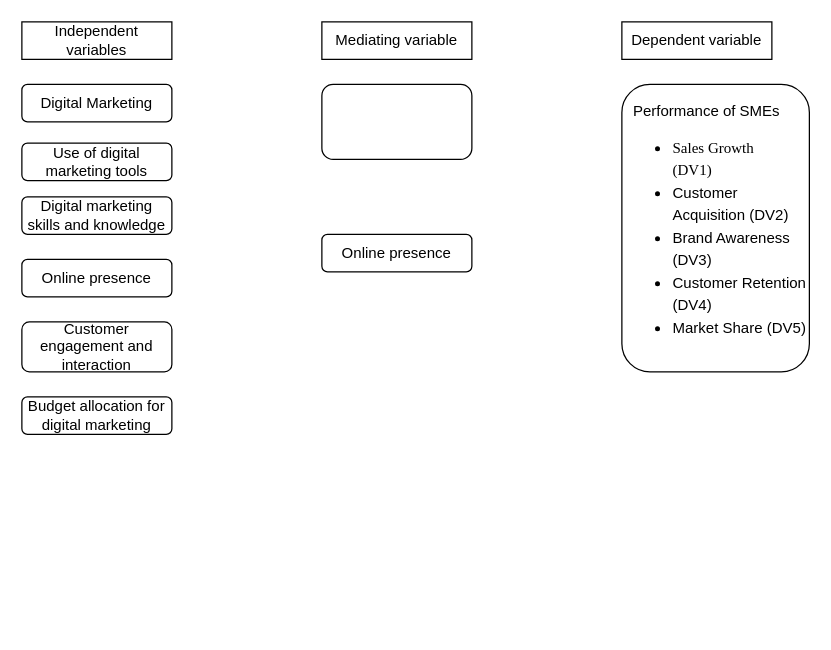
This is Untitled Diagram.drawio from Samrusike/TestGit, a draw.io file, before an edit. Source tidied: cells renumbered, new cells numbered last; positions are measured from the earlier drawing's top-left corner, leaving out a move shared by most shapes. Both pictures are drawn from the tidied source at 125%, with x=0, y=0 at pixel (21, 21).
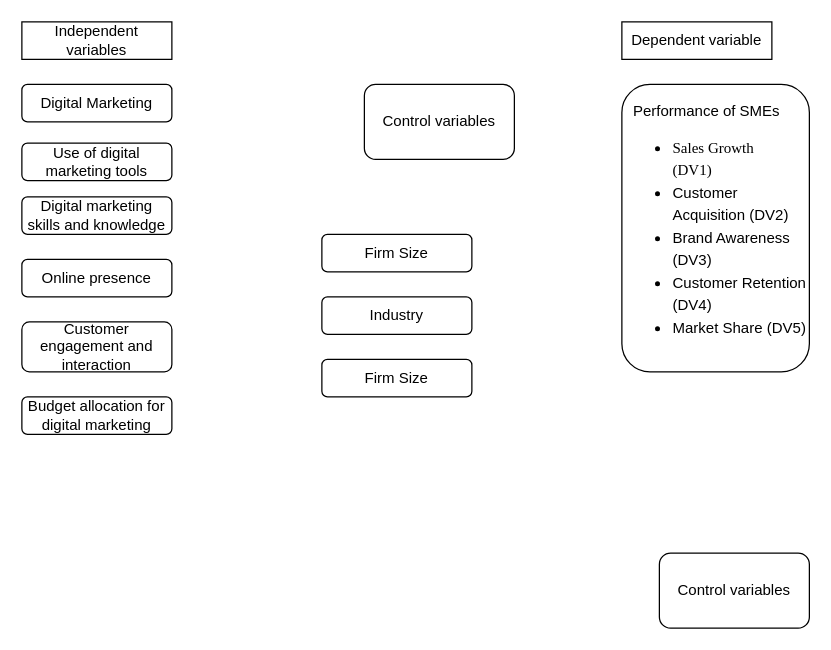
The same diagram, later.

Change to the diagram source:
```diff
@@
 <mxGraphModel>
   <root>
     <mxCell id="0" />
     <mxCell id="1" parent="0" />
     <mxCell id="2" value="Performance of SMEs&lt;span style=&quot;background-color: initial; font-family: &amp;quot;Times New Roman&amp;quot;; font-size: 7pt; text-indent: -0.25in;&quot;&gt;&amp;nbsp; &amp;nbsp; &amp;nbsp;&amp;nbsp;&lt;/span&gt;&lt;div style=&quot;&quot;&gt;&lt;p style=&quot;text-align: justify; text-indent: -0.25in; line-height: 150%;&quot; class=&quot;MsoListParagraph&quot;&gt;&lt;/p&gt;&lt;ul style=&quot;line-height: 130%;&quot;&gt;&lt;li style=&quot;text-align: left;&quot;&gt;&lt;font face=&quot;Times New Roman&quot;&gt;&lt;span style=&quot;line-height: 150%;&quot;&gt;Sales Growth (DV1)&lt;/span&gt;&lt;span style=&quot;text-indent: -0.25in; background-color: initial;&quot;&gt;&amp;nbsp;&amp;nbsp;&lt;/span&gt;&lt;/font&gt;&amp;nbsp;&lt;/li&gt;&lt;li style=&quot;text-align: left;&quot;&gt;&lt;font face=&quot;X64HokHst5-9Uktcb3Vd&quot;&gt;&lt;span style=&quot;line-height: 150%;&quot;&gt;Customer Acquisition (DV2)&lt;/span&gt;&lt;span style=&quot;text-indent: -0.25in; background-color: initial;&quot;&gt;&amp;nbsp;&lt;/span&gt;&lt;/font&gt;&lt;/li&gt;&lt;li style=&quot;text-align: left;&quot;&gt;&lt;font face=&quot;X64HokHst5-9Uktcb3Vd&quot;&gt;&lt;span style=&quot;line-height: 150%;&quot;&gt;Brand Awareness (DV3)&lt;/span&gt;&lt;span style=&quot;text-indent: -0.25in; background-color: initial;&quot;&gt;&amp;nbsp; &amp;nbsp; &amp;nbsp;&lt;/span&gt;&lt;/font&gt;&lt;/li&gt;&lt;li style=&quot;text-align: left;&quot;&gt;&lt;span style=&quot;line-height: 150%;&quot;&gt;&lt;font face=&quot;X64HokHst5-9Uktcb3Vd&quot;&gt;Customer Retention (DV4)&lt;/font&gt;&lt;/span&gt;&lt;/li&gt;&lt;li style=&quot;text-align: left;&quot;&gt;&lt;span style=&quot;line-height: 150%;&quot;&gt;&lt;font face=&quot;X64HokHst5-9Uktcb3Vd&quot;&gt;Market Share (DV5)&lt;/font&gt;&lt;/span&gt;&lt;/li&gt;&lt;/ul&gt;&lt;p&gt;&lt;/p&gt;&lt;/div&gt;" style="rounded=1;whiteSpace=wrap;html=1;" parent="1" vertex="1">
       <mxGeometry x="480" y="50" width="150" height="230" as="geometry" />
     </mxCell>
     <mxCell id="3" value="Dependent variable" style="rounded=0;whiteSpace=wrap;html=1;" parent="1" vertex="1">
       <mxGeometry x="480" width="120" height="30" as="geometry" />
     </mxCell>
-    <mxCell id="4" style="rounded=1;whiteSpace=wrap;html=1;" parent="1" vertex="1">
-      <mxGeometry x="240" y="50" width="120" height="60" as="geometry" />
+    <mxCell id="4" value="Control variables" style="rounded=1;whiteSpace=wrap;html=1;" parent="1" vertex="1">
+      <mxGeometry x="274" y="50" width="120" height="60" as="geometry" />
     </mxCell>
-    <mxCell id="5" value="Mediating variable" style="rounded=0;whiteSpace=wrap;html=1;" parent="1" vertex="1">
-      <mxGeometry x="240" width="120" height="30" as="geometry" />
-    </mxCell>
     <mxCell id="6" value="Digital Marketing" style="rounded=1;whiteSpace=wrap;html=1;" parent="1" vertex="1">
       <mxGeometry y="50" width="120" height="30" as="geometry" />
     </mxCell>
     <mxCell id="7" value="Independent variables" style="rounded=0;whiteSpace=wrap;html=1;" parent="1" vertex="1">
       <mxGeometry width="120" height="30" as="geometry" />
     </mxCell>
     <mxCell id="8" value="Online presence" style="rounded=1;whiteSpace=wrap;html=1;" parent="1" vertex="1">
       <mxGeometry y="190" width="120" height="30" as="geometry" />
     </mxCell>
     <mxCell id="9" value="Use of digital marketing tools" style="rounded=1;whiteSpace=wrap;html=1;" parent="1" vertex="1">
       <mxGeometry y="97" width="120" height="30" as="geometry" />
     </mxCell>
     <mxCell id="10" value="Digital marketing skills and knowledge" style="rounded=1;whiteSpace=wrap;html=1;" parent="1" vertex="1">
       <mxGeometry y="140" width="120" height="30" as="geometry" />
     </mxCell>
     <mxCell id="11" value="Customer engagement and interaction" style="rounded=1;whiteSpace=wrap;html=1;" parent="1" vertex="1">
       <mxGeometry y="240" width="120" height="40" as="geometry" />
     </mxCell>
     <mxCell id="12" value="Budget allocation for digital marketing" style="rounded=1;whiteSpace=wrap;html=1;" parent="1" vertex="1">
       <mxGeometry y="300" width="120" height="30" as="geometry" />
     </mxCell>
-    <mxCell id="13" value="Online presence" style="rounded=1;whiteSpace=wrap;html=1;" parent="1" vertex="1">
+    <mxCell id="13" value="Firm Size" style="rounded=1;whiteSpace=wrap;html=1;" parent="1" vertex="1">
       <mxGeometry x="240" y="170" width="120" height="30" as="geometry" />
     </mxCell>
+    <mxCell id="14" value="Control variables" style="rounded=1;whiteSpace=wrap;html=1;" parent="1" vertex="1">
+      <mxGeometry x="510" y="425" width="120" height="60" as="geometry" />
+    </mxCell>
+    <mxCell id="15" value="Industry" style="rounded=1;whiteSpace=wrap;html=1;" parent="1" vertex="1">
+      <mxGeometry x="240" y="220" width="120" height="30" as="geometry" />
+    </mxCell>
+    <mxCell id="16" value="Firm Size" style="rounded=1;whiteSpace=wrap;html=1;" parent="1" vertex="1">
+      <mxGeometry x="240" y="270" width="120" height="30" as="geometry" />
+    </mxCell>
   </root>
 </mxGraphModel>
```
